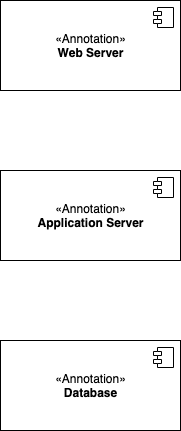
The draw.io diagram Communicating Architecture/UML Component Diagram/Mobile App UML Component Diagram.png in smitbmx/Architecture-Diagrams, before a commit. Source tidied: cells renumbered, new cells last; positions are measured from the earlier drawing's top-left corner, leaving out a move shared by most shapes.
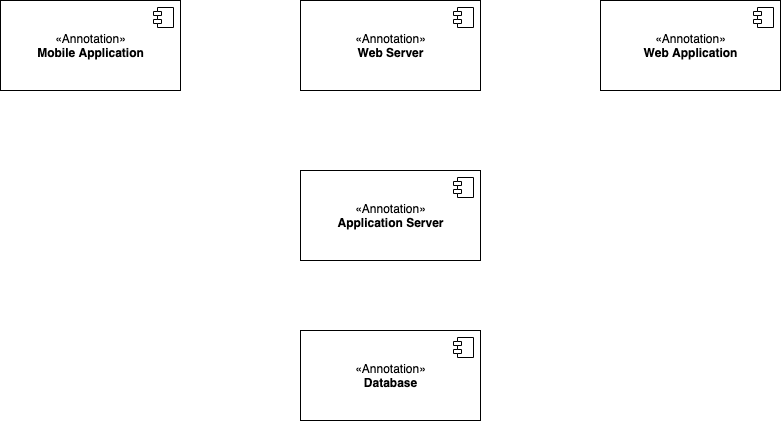
The same diagram one commit later.

Diff of the diagram source:
```diff
@@ -11,7 +11,7 @@
       </mxGeometry>
     </mxCell>
     <mxCell id="4" value="«Annotation»&lt;br&gt;&lt;b&gt;Database&lt;/b&gt;" style="html=1;" parent="1" vertex="1">
-      <mxGeometry y="340" width="180" height="90" as="geometry" />
+      <mxGeometry y="330" width="180" height="90" as="geometry" />
     </mxCell>
     <mxCell id="5" style="shape=module;jettyWidth=8;jettyHeight=4;" parent="4" vertex="1">
       <mxGeometry x="1" width="20" height="20" relative="1" as="geometry">
@@ -26,5 +26,21 @@
         <mxPoint x="-27" y="7" as="offset" />
       </mxGeometry>
     </mxCell>
+    <mxCell id="8" value="«Annotation»&lt;br&gt;&lt;b&gt;Mobile Application&lt;/b&gt;" style="html=1;" parent="1" vertex="1">
+      <mxGeometry x="-300" width="180" height="90" as="geometry" />
+    </mxCell>
+    <mxCell id="9" style="shape=module;jettyWidth=8;jettyHeight=4;" parent="8" vertex="1">
+      <mxGeometry x="1" width="20" height="20" relative="1" as="geometry">
+        <mxPoint x="-27" y="7" as="offset" />
+      </mxGeometry>
+    </mxCell>
+    <mxCell id="10" value="«Annotation»&lt;br&gt;&lt;b&gt;Web Application&lt;/b&gt;" style="html=1;" parent="1" vertex="1">
+      <mxGeometry x="300" width="180" height="90" as="geometry" />
+    </mxCell>
+    <mxCell id="11" style="shape=module;jettyWidth=8;jettyHeight=4;" parent="10" vertex="1">
+      <mxGeometry x="1" width="20" height="20" relative="1" as="geometry">
+        <mxPoint x="-27" y="7" as="offset" />
+      </mxGeometry>
+    </mxCell>
   </root>
 </mxGraphModel>
```
